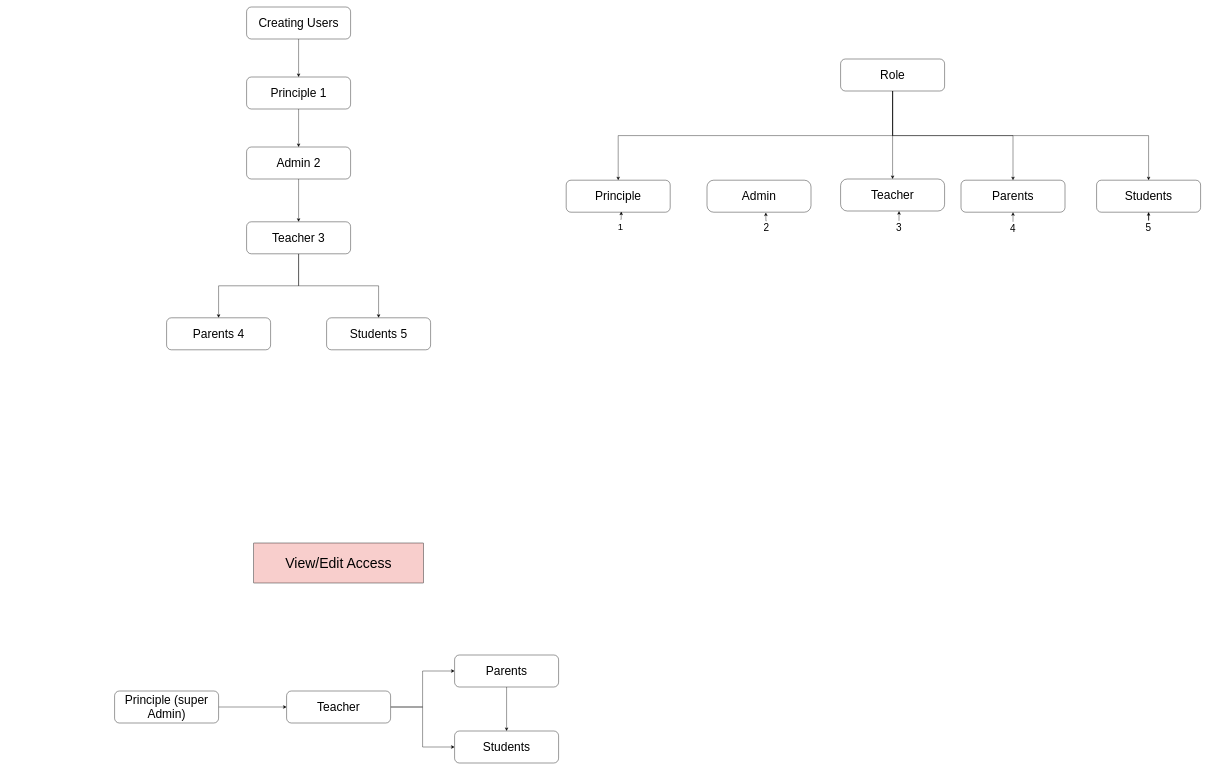
This is Untitled Diagram.drawio from 28saurbh/website-template, a draw.io file, before an edit. Source tidied: cells renumbered, new cells numbered last; positions are measured from the earlier drawing's top-left corner, leaving out a move shared by most shapes. Both pictures are drawn from the tidied source at 40%, with x=0, y=0 at pixel (114, 7).
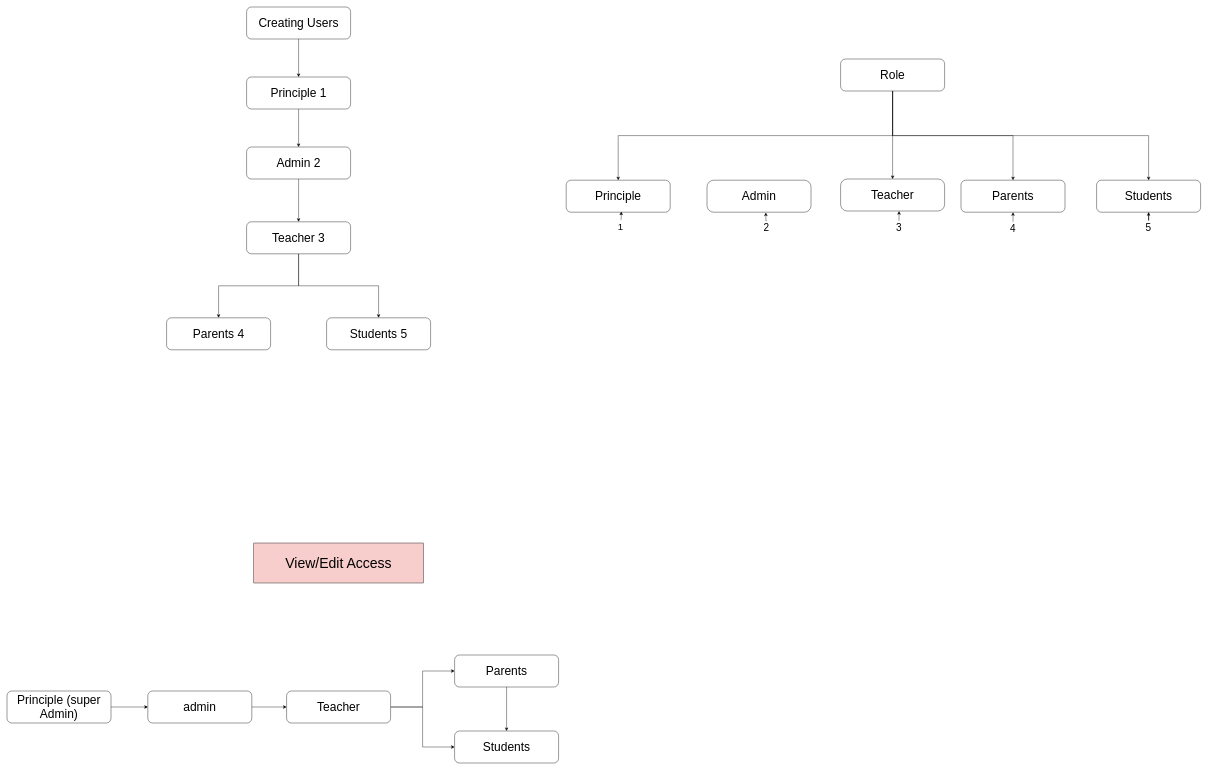
The same page after the edit.

Unchanged cells that the change refers to:
```xml
<mxCell id="24" value="&lt;span style=&quot;font-size: 30px;&quot;&gt;Teacher&lt;/span&gt;" style="rounded=1;whiteSpace=wrap;html=1;" parent="1" vertex="1">
  <mxGeometry x="430" y="1710" width="260" height="80" as="geometry" />
</mxCell>
```

Diff of the diagram source:
```diff
@@
-    <mxCell id="20" style="edgeStyle=orthogonalEdgeStyle;rounded=0;jettySize=auto;html=1;exitX=1;exitY=0.5;exitDx=0;exitDy=0;entryX=0;entryY=0.5;entryDx=0;entryDy=0;" parent="1" edge="1" source="21" target="24">
-      <mxGeometry relative="1" as="geometry" />
+    <mxCell id="20" style="edgeStyle=orthogonalEdgeStyle;rounded=0;jettySize=auto;html=1;exitX=1;exitY=0.5;exitDx=0;exitDy=0;entryX=0;entryY=0.5;entryDx=0;entryDy=0;" parent="1" edge="1" source="21" target="43">
+      <mxGeometry relative="1" as="geometry">
+        <Array as="points">
+          <mxPoint x="81" y="1750" />
+        </Array>
+      </mxGeometry>
     </mxCell>
     <mxCell id="21" value="&lt;span style=&quot;font-size: 30px;&quot;&gt;Principle (super Admin)&lt;/span&gt;" style="rounded=1;whiteSpace=wrap;html=1;" parent="1" vertex="1">
-      <mxGeometry y="1710" width="260" height="80" as="geometry" />
+      <mxGeometry x="-269" y="1710" width="260" height="80" as="geometry" />
     </mxCell>
@@
+    <mxCell id="42" style="edgeStyle=orthogonalEdgeStyle;rounded=0;jettySize=auto;html=1;exitX=1;exitY=0.5;exitDx=0;exitDy=0;" parent="1" edge="1" source="43" target="24">
+      <mxGeometry relative="1" as="geometry" />
+    </mxCell>
+    <mxCell id="43" value="&lt;span style=&quot;font-size: 30px;&quot;&gt;admin&lt;/span&gt;" style="rounded=1;whiteSpace=wrap;html=1;" parent="1" vertex="1">
+      <mxGeometry x="83" y="1710" width="260" height="80" as="geometry" />
+    </mxCell>
```
